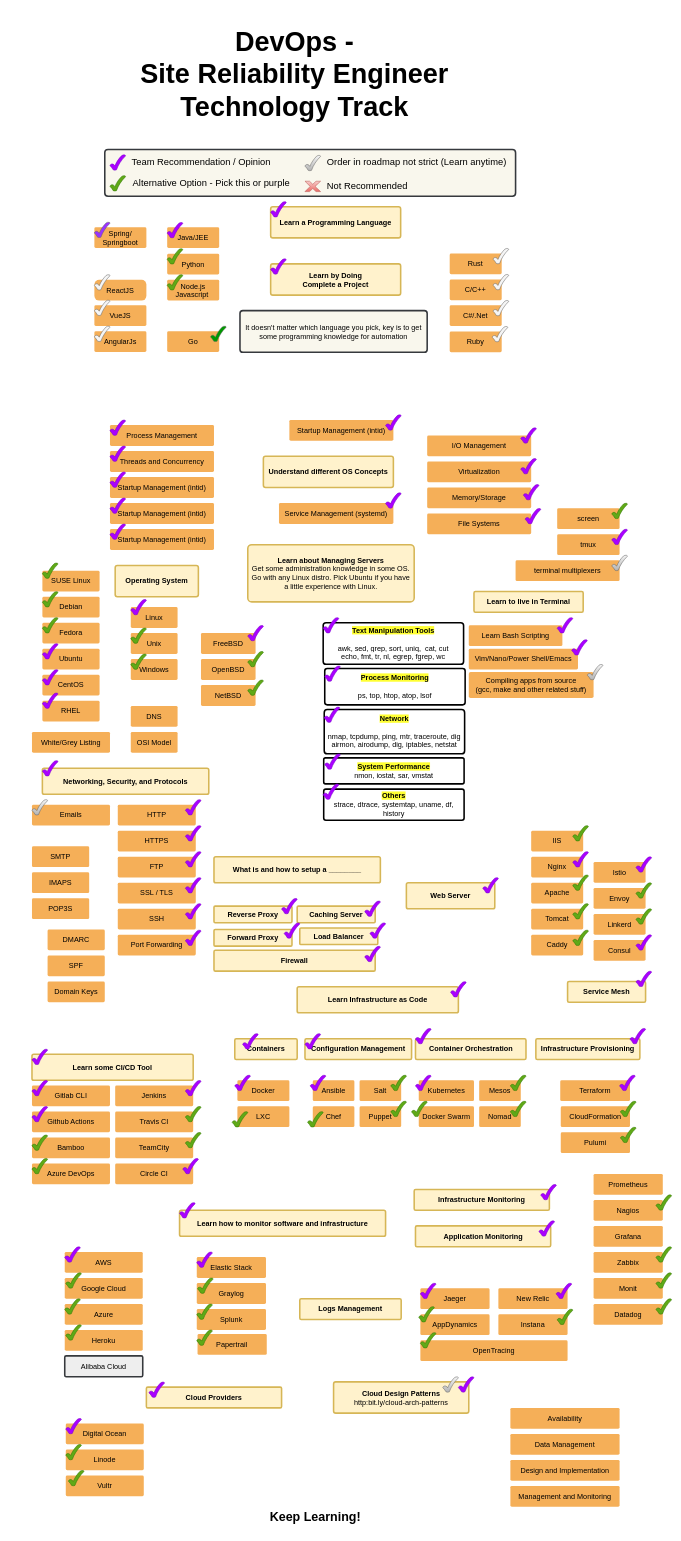
krdileep/devops-roadmap-drawio keeps this draw.io diagram as page "DO-SRE" (3 of 5) of design/DevOps_Roadmap.drawio. Above is the earlier version. Source tidied: cells renumbered, new cells numbered last; positions are measured from the earlier drawing's top-left corner, leaving out a move shared by most shapes. Both pictures are drawn from the tidied source at 52%, with x=0, y=0 at pixel (32, 9).
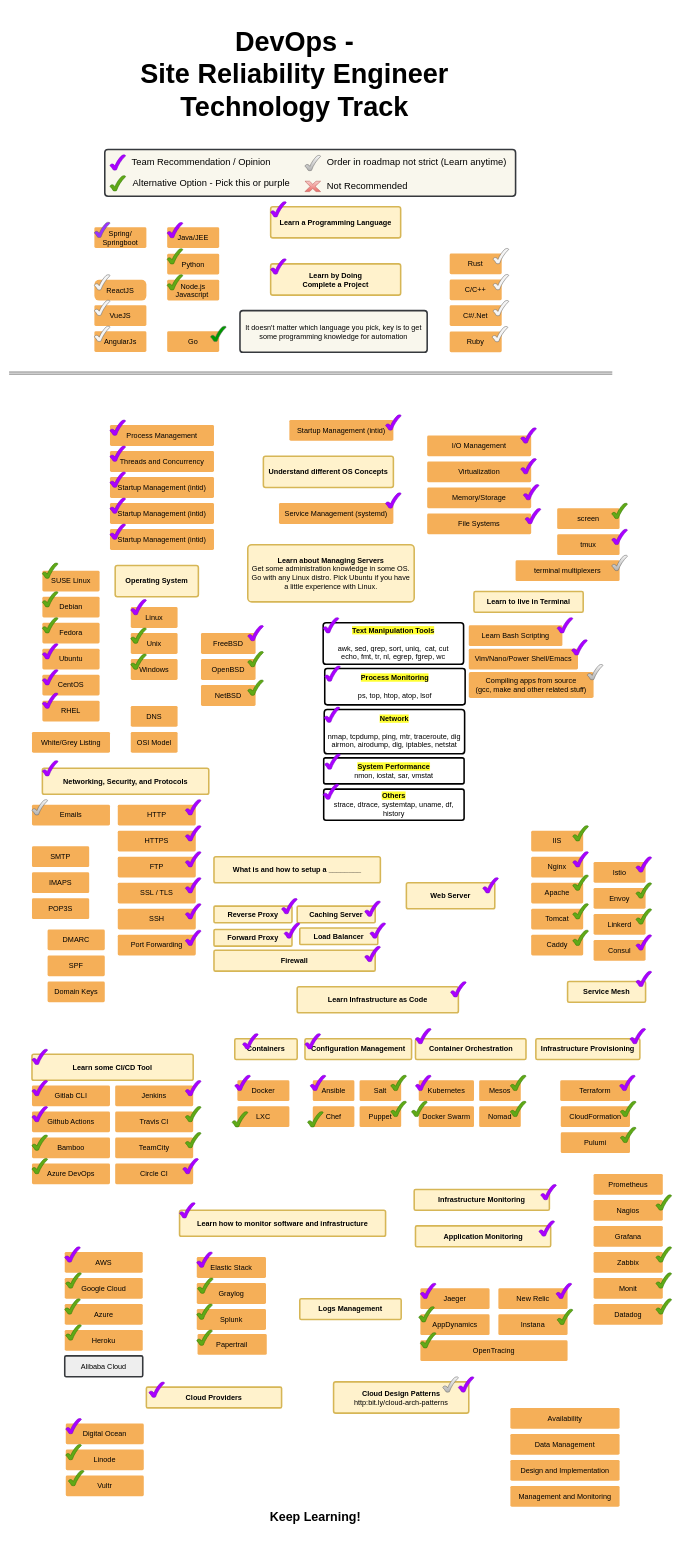
The same diagram, later.

What changed in the source:
```diff
@@
+    <mxCell id="286" style="edgeStyle=none;shape=link;rounded=0;orthogonalLoop=1;jettySize=auto;html=1;" parent="1" edge="1">
+      <mxGeometry relative="1" as="geometry">
+        <mxPoint x="1116" y="700" as="sourcePoint" />
+        <mxPoint x="-44" y="700" as="targetPoint" />
+      </mxGeometry>
+    </mxCell>
```
